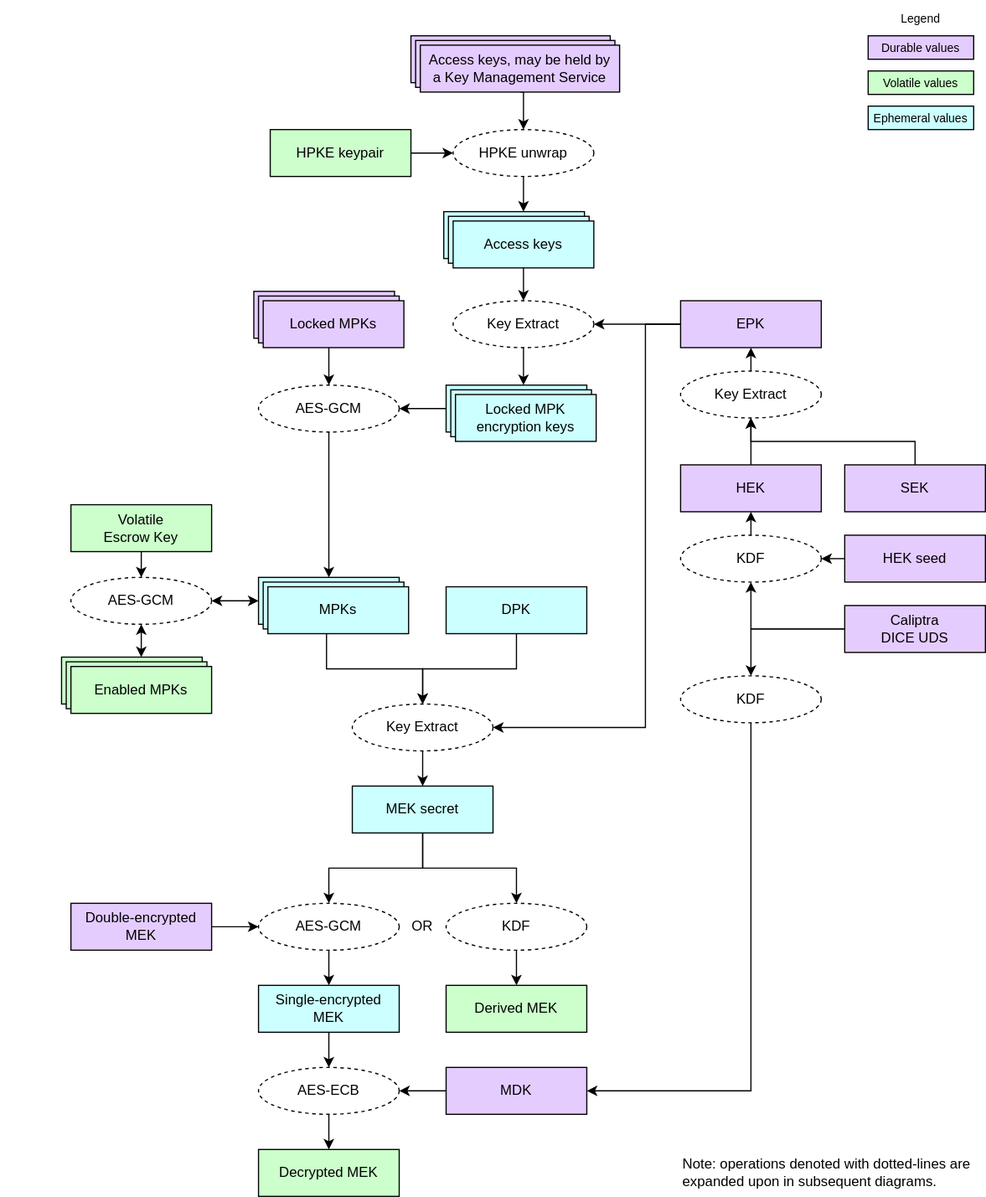
Above: doc/ocp_lock/diagrams/key_hierarchy.drawio.svg in chipsalliance/Caliptra (draw.io), before the change. Source tidied: cells renumbered, new cells last; positions are measured from the earlier drawing's top-left corner, leaving out a move shared by most shapes.
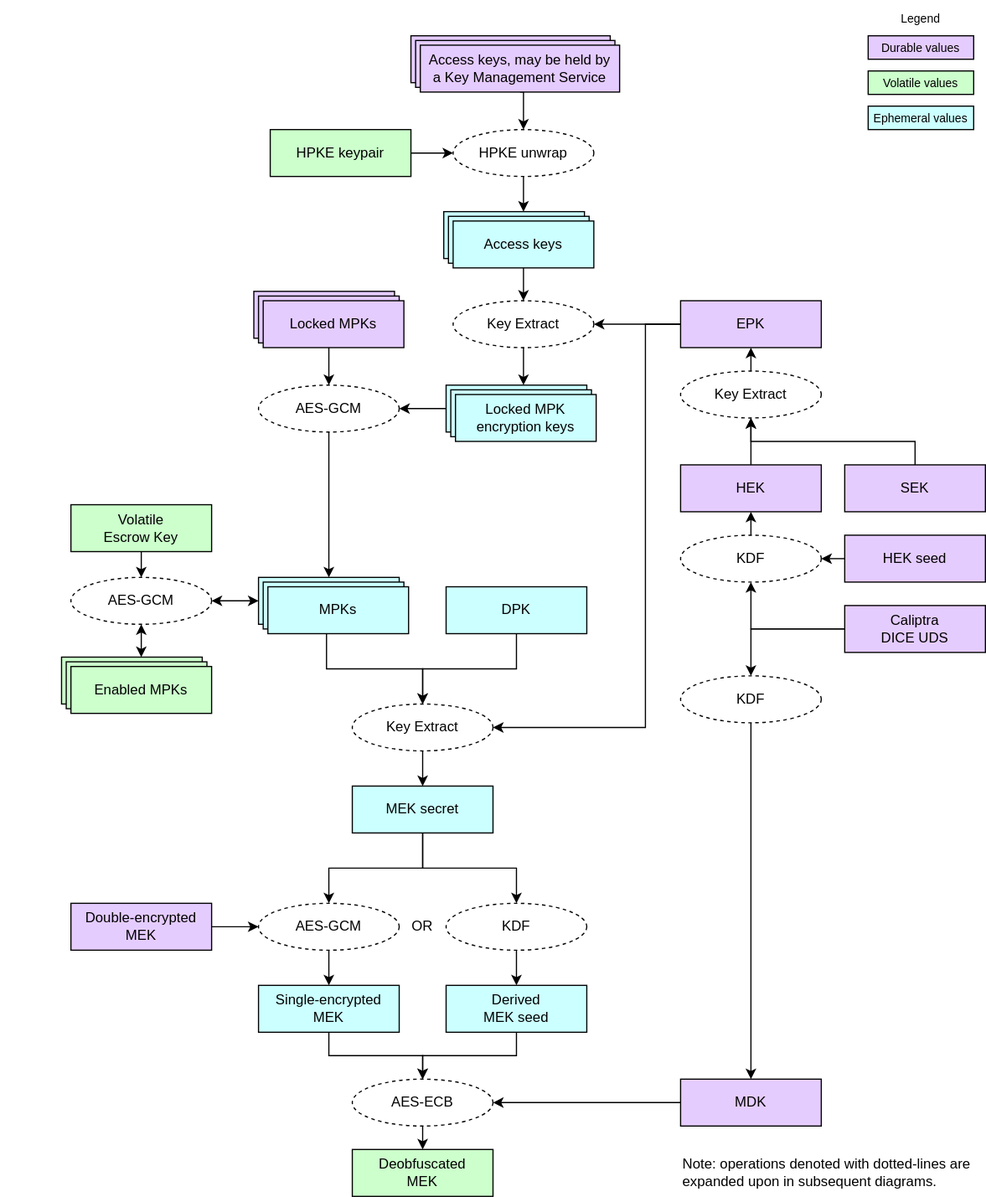
Above is the later version.

Commit message:
Change how MEKs are derived. (#518)

Since the HMAC engine is unable to write to KV23, we need to instead use
the AES engine.

This change also moves prose around MEK checksums from the diagram to
the spec.

What changed in the source:
```diff
@@ -118,7 +118,7 @@
     <mxCell id="37" value="OR" style="text;strokeColor=none;align=center;fillColor=none;html=1;verticalAlign=middle;whiteSpace=wrap;rounded=0;" parent="1" vertex="1">
       <mxGeometry x="340" y="775" width="40" height="30" as="geometry" />
     </mxCell>
-    <mxCell id="38" style="edgeStyle=none;html=1;exitX=0.5;exitY=1;exitDx=0;exitDy=0;entryX=0.5;entryY=0;entryDx=0;entryDy=0;" parent="1" edge="1" source="39" target="66">
+    <mxCell id="38" style="edgeStyle=orthogonalEdgeStyle;html=1;exitX=0.5;exitY=1;exitDx=0;exitDy=0;entryX=0.5;entryY=0;entryDx=0;entryDy=0;rounded=0;curved=0;" parent="1" edge="1" source="39" target="66">
       <mxGeometry relative="1" as="geometry" />
     </mxCell>
     <mxCell id="39" value="Single-encrypted MEK" style="rounded=0;whiteSpace=wrap;html=1;align=center;verticalAlign=middle;shadow=0;glass=0;spacingLeft=0;spacingBottom=0;spacingTop=0;fillColor=#CCFFFF;" parent="1" vertex="1">
@@ -214,16 +214,16 @@
       <mxGeometry relative="1" as="geometry" />
     </mxCell>
     <mxCell id="64" value="MDK" style="rounded=0;whiteSpace=wrap;html=1;align=center;verticalAlign=middle;shadow=0;glass=0;spacingLeft=0;spacingBottom=0;spacingTop=0;fillColor=#E5CCFF;" parent="1" vertex="1">
-      <mxGeometry x="380" y="910" width="120" height="40" as="geometry" />
+      <mxGeometry x="580" y="920" width="120" height="40" as="geometry" />
     </mxCell>
     <mxCell id="65" style="edgeStyle=none;html=1;exitX=0.5;exitY=1;exitDx=0;exitDy=0;entryX=0.5;entryY=0;entryDx=0;entryDy=0;" parent="1" edge="1" source="66" target="67">
       <mxGeometry relative="1" as="geometry" />
     </mxCell>
     <mxCell id="66" value="AES-ECB" style="ellipse;whiteSpace=wrap;html=1;fillColor=#FFFFFF;dashed=1;" parent="1" vertex="1">
-      <mxGeometry x="220" y="910" width="120" height="40" as="geometry" />
+      <mxGeometry x="300" y="920" width="120" height="40" as="geometry" />
     </mxCell>
-    <mxCell id="67" value="Decrypted&amp;nbsp;&lt;span style=&quot;background-color: transparent;&quot;&gt;MEK&lt;/span&gt;" style="rounded=0;whiteSpace=wrap;html=1;align=center;verticalAlign=middle;shadow=0;glass=0;spacingLeft=0;spacingBottom=0;spacingTop=0;fillColor=#CCFFCC;" parent="1" vertex="1">
-      <mxGeometry x="220" y="980" width="120" height="40" as="geometry" />
+    <mxCell id="67" value="Deobfuscated&lt;div&gt;&lt;span style=&quot;background-color: transparent;&quot;&gt;MEK&lt;/span&gt;&lt;/div&gt;" style="rounded=0;whiteSpace=wrap;html=1;align=center;verticalAlign=middle;shadow=0;glass=0;spacingLeft=0;spacingBottom=0;spacingTop=0;fillColor=#CCFFCC;" parent="1" vertex="1">
+      <mxGeometry x="300" y="980" width="120" height="40" as="geometry" />
     </mxCell>
     <mxCell id="68" style="edgeStyle=orthogonalEdgeStyle;html=1;exitX=0;exitY=0.5;exitDx=0;exitDy=0;entryX=0.5;entryY=0;entryDx=0;entryDy=0;rounded=0;" parent="1" edge="1" source="70" target="74">
       <mxGeometry relative="1" as="geometry" />
@@ -240,7 +240,7 @@
     <mxCell id="72" value="KDF" style="ellipse;whiteSpace=wrap;html=1;fillColor=#FFFFFF;dashed=1;" parent="1" vertex="1">
       <mxGeometry x="580" y="456" width="120" height="40" as="geometry" />
     </mxCell>
-    <mxCell id="73" style="edgeStyle=orthogonalEdgeStyle;html=1;exitX=0.5;exitY=1;exitDx=0;exitDy=0;entryX=1;entryY=0.5;entryDx=0;entryDy=0;rounded=0;" parent="1" edge="1" source="74" target="64">
+    <mxCell id="73" style="edgeStyle=orthogonalEdgeStyle;html=1;exitX=0.5;exitY=1;exitDx=0;exitDy=0;entryX=0.5;entryY=0;entryDx=0;entryDy=0;rounded=0;" parent="1" edge="1" source="74" target="64">
       <mxGeometry relative="1" as="geometry" />
     </mxCell>
     <mxCell id="74" value="KDF" style="ellipse;whiteSpace=wrap;html=1;fillColor=#FFFFFF;dashed=1;" parent="1" vertex="1">
@@ -264,7 +264,10 @@
     <mxCell id="80" value="&lt;span style=&quot;color: rgb(0, 0, 0);&quot;&gt;Key Extract&lt;/span&gt;" style="ellipse;whiteSpace=wrap;html=1;fillColor=#FFFFFF;dashed=1;" parent="1" vertex="1">
       <mxGeometry x="580" y="316" width="120" height="40" as="geometry" />
     </mxCell>
+    <mxCell id="84" style="edgeStyle=orthogonalEdgeStyle;html=1;exitX=0.5;exitY=1;exitDx=0;exitDy=0;entryX=0.5;entryY=0;entryDx=0;entryDy=0;rounded=0;" parent="1" edge="1" source="81" target="66">
+      <mxGeometry relative="1" as="geometry" />
+    </mxCell>
-    <mxCell id="81" value="&lt;div&gt;&lt;font color=&quot;#000000&quot;&gt;Derived MEK&lt;/font&gt;&lt;/div&gt;" style="rounded=0;whiteSpace=wrap;html=1;align=center;verticalAlign=middle;shadow=0;glass=0;spacingLeft=0;spacingBottom=0;spacingTop=0;fillColor=#CCFFCC;" parent="1" vertex="1">
+    <mxCell id="81" value="&lt;div&gt;&lt;font color=&quot;#000000&quot;&gt;Derived&lt;/font&gt;&lt;/div&gt;&lt;div&gt;&lt;font color=&quot;#000000&quot;&gt;MEK seed&lt;/font&gt;&lt;/div&gt;" style="rounded=0;whiteSpace=wrap;html=1;align=center;verticalAlign=middle;shadow=0;glass=0;spacingLeft=0;spacingBottom=0;spacingTop=0;fillColor=#CCFFFF;" parent="1" vertex="1">
       <mxGeometry x="380" y="840" width="120" height="40" as="geometry" />
     </mxCell>
     <mxCell id="82" style="edgeStyle=none;html=1;exitX=0.5;exitY=1;exitDx=0;exitDy=0;entryX=0.5;entryY=0;entryDx=0;entryDy=0;" parent="1" edge="1" source="83" target="81">
```
